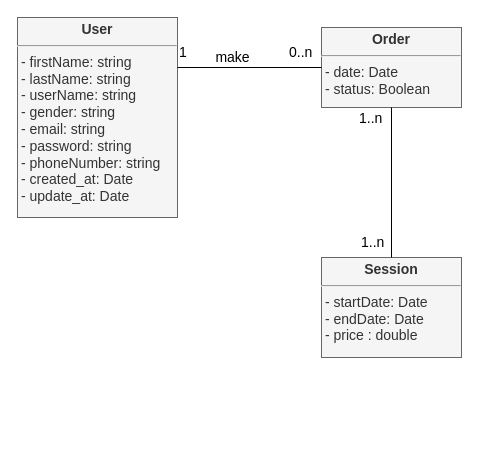
Above: fonctionnel/ms-order-class-diagram.drawio in Ketut38/P9-wild-adventures (draw.io), before the change. Source tidied: cells renumbered, new cells numbered last; positions are measured from the earlier drawing's top-left corner, leaving out a move shared by most shapes. Both pictures are drawn from the tidied source at 100%, with x=0, y=0 at pixel (17, 17).
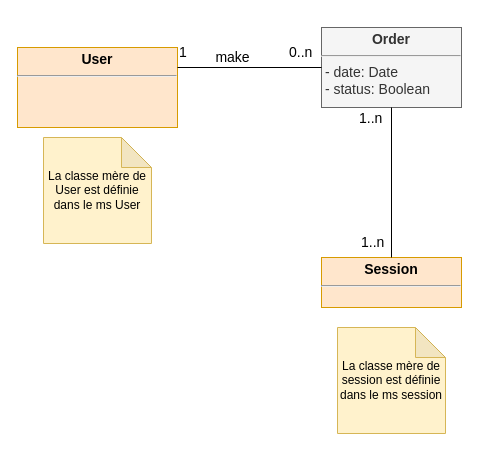
The same diagram, later.

What changed in the source:
```diff
@@
 <mxGraphModel>
   <root>
     <mxCell id="0" />
     <mxCell id="1" parent="0" />
-    <mxCell id="2" value="&lt;p style=&quot;margin: 4px 0px 0px ; text-align: center ; font-size: 14px&quot;&gt;&lt;b style=&quot;font-size: 14px&quot;&gt;&lt;font style=&quot;font-size: 14px&quot;&gt;User&lt;/font&gt;&lt;/b&gt;&lt;/p&gt;&lt;hr style=&quot;font-size: 14px&quot;&gt;&lt;p style=&quot;margin: 0px 0px 0px 4px ; font-size: 14px&quot;&gt;&lt;span style=&quot;font-size: 14px&quot;&gt;- firstName: string&lt;/span&gt;&lt;br style=&quot;font-size: 14px&quot;&gt;&lt;/p&gt;&lt;p style=&quot;margin: 0px 0px 0px 4px ; font-size: 14px&quot;&gt;&lt;font style=&quot;font-size: 14px&quot;&gt;- lastName: string&lt;br style=&quot;font-size: 14px&quot;&gt;&lt;/font&gt;&lt;/p&gt;&lt;p style=&quot;margin: 0px 0px 0px 4px ; font-size: 14px&quot;&gt;&lt;font style=&quot;font-size: 14px&quot;&gt;- userName: string&lt;/font&gt;&lt;/p&gt;&lt;p style=&quot;margin: 0px 0px 0px 4px ; font-size: 14px&quot;&gt;&lt;font style=&quot;font-size: 14px&quot;&gt;- gender: string&lt;/font&gt;&lt;/p&gt;&lt;p style=&quot;margin: 0px 0px 0px 4px ; font-size: 14px&quot;&gt;&lt;font style=&quot;font-size: 14px&quot;&gt;- email: string&lt;/font&gt;&lt;/p&gt;&lt;p style=&quot;margin: 0px 0px 0px 4px ; font-size: 14px&quot;&gt;&lt;font style=&quot;font-size: 14px&quot;&gt;- password: string&lt;/font&gt;&lt;/p&gt;&lt;p style=&quot;margin: 0px 0px 0px 4px ; font-size: 14px&quot;&gt;&lt;font style=&quot;font-size: 14px&quot;&gt;- phoneNumber: string&lt;/font&gt;&lt;/p&gt;&lt;p style=&quot;margin: 0px 0px 0px 4px ; font-size: 14px&quot;&gt;&lt;font style=&quot;font-size: 14px&quot;&gt;- created_at: Date&lt;/font&gt;&lt;/p&gt;&lt;p style=&quot;margin: 0px 0px 0px 4px ; font-size: 14px&quot;&gt;&lt;font style=&quot;font-size: 14px&quot;&gt;- update_at: Date&lt;/font&gt;&lt;/p&gt;&lt;p style=&quot;margin: 0px 0px 0px 4px ; font-size: 14px&quot;&gt;&lt;br style=&quot;font-size: 14px&quot;&gt;&lt;/p&gt;" style="verticalAlign=top;align=left;overflow=fill;fontSize=14;fontFamily=Helvetica;html=1;fillColor=#f5f5f5;strokeColor=#666666;fontColor=#333333;" parent="1" vertex="1">
-      <mxGeometry width="160" height="200" as="geometry" />
+    <mxCell id="2" value="&lt;p style=&quot;margin: 4px 0px 0px ; text-align: center ; font-size: 14px&quot;&gt;&lt;b style=&quot;font-size: 14px&quot;&gt;&lt;font style=&quot;font-size: 14px&quot;&gt;User&lt;/font&gt;&lt;/b&gt;&lt;/p&gt;&lt;hr style=&quot;font-size: 14px&quot;&gt;&lt;p style=&quot;margin: 0px 0px 0px 4px ; font-size: 14px&quot;&gt;&lt;br&gt;&lt;/p&gt;&lt;p style=&quot;margin: 0px 0px 0px 4px ; font-size: 14px&quot;&gt;&lt;br style=&quot;font-size: 14px&quot;&gt;&lt;/p&gt;" style="verticalAlign=top;align=left;overflow=fill;fontSize=14;fontFamily=Helvetica;html=1;fillColor=#ffe6cc;strokeColor=#d79b00;" parent="1" vertex="1">
+      <mxGeometry y="30" width="160" height="80" as="geometry" />
     </mxCell>
     <mxCell id="3" value="&lt;p style=&quot;margin: 4px 0px 0px; text-align: center; font-size: 14px;&quot;&gt;&lt;b style=&quot;font-size: 14px;&quot;&gt;&lt;font style=&quot;font-size: 14px;&quot;&gt;Order&lt;/font&gt;&lt;/b&gt;&lt;/p&gt;&lt;hr style=&quot;font-size: 14px;&quot;&gt;&lt;p style=&quot;margin: 0px 0px 0px 4px; font-size: 14px;&quot;&gt;&lt;/p&gt;&lt;span style=&quot;font-size: 14px;&quot;&gt;&amp;nbsp;- date: Date&lt;br style=&quot;font-size: 14px;&quot;&gt;&amp;nbsp;- status: Boolean&lt;br style=&quot;font-size: 14px;&quot;&gt;&lt;/span&gt;" style="verticalAlign=top;align=left;overflow=fill;fontSize=14;fontFamily=Helvetica;html=1;fillColor=#f5f5f5;strokeColor=#666666;fontColor=#333333;" parent="1" vertex="1">
       <mxGeometry x="304" y="10" width="140" height="80" as="geometry" />
     </mxCell>
     <mxCell id="4" style="endArrow=none;html=1;endSize=12;startArrow=none;startSize=14;startFill=0;edgeStyle=orthogonalEdgeStyle;exitX=1;exitY=0.25;exitDx=0;exitDy=0;entryX=0;entryY=0.5;entryDx=0;entryDy=0;endFill=0;fontSize=14;" parent="1" edge="1" source="2" target="3">
       <mxGeometry relative="1" as="geometry" />
     </mxCell>
     <mxCell id="5" value="make" style="text;html=1;align=center;verticalAlign=middle;fontSize=14;" parent="1" vertex="1">
       <mxGeometry x="190" y="30" width="50" height="20" as="geometry" />
     </mxCell>
     <mxCell id="6" value="0..n" style="html=1;align=left;verticalAlign=top;labelBackgroundColor=#ffffff;fontSize=14;" parent="1" vertex="1">
       <mxGeometry x="270" y="20" as="geometry" />
     </mxCell>
     <mxCell id="7" value="1" style="html=1;align=left;verticalAlign=top;labelBackgroundColor=#ffffff;fontSize=14;" parent="1" vertex="1">
       <mxGeometry x="160" y="20" as="geometry" />
     </mxCell>
-    <mxCell id="8" value="&lt;p style=&quot;margin: 4px 0px 0px ; text-align: center ; font-size: 14px&quot;&gt;&lt;b style=&quot;font-size: 14px&quot;&gt;&lt;font style=&quot;font-size: 14px&quot;&gt;Session&lt;/font&gt;&lt;/b&gt;&lt;/p&gt;&lt;hr style=&quot;font-size: 14px&quot;&gt;&lt;p style=&quot;margin: 0px 0px 0px 4px ; font-size: 14px&quot;&gt;&lt;/p&gt;&lt;span style=&quot;font-size: 14px&quot;&gt;&amp;nbsp;- startDate: Date&lt;br style=&quot;font-size: 14px&quot;&gt;&amp;nbsp;- endDate: Date&lt;br&gt;&amp;nbsp;- price : double&lt;br&gt;&lt;br style=&quot;font-size: 14px&quot;&gt;&lt;/span&gt;" style="verticalAlign=top;align=left;overflow=fill;fontSize=14;fontFamily=Helvetica;html=1;fillColor=#f5f5f5;strokeColor=#666666;fontColor=#333333;" parent="1" vertex="1">
-      <mxGeometry x="304" y="240" width="140" height="100" as="geometry" />
+    <mxCell id="8" value="&lt;p style=&quot;margin: 4px 0px 0px ; text-align: center ; font-size: 14px&quot;&gt;&lt;b style=&quot;font-size: 14px&quot;&gt;&lt;font style=&quot;font-size: 14px&quot;&gt;Session&lt;/font&gt;&lt;/b&gt;&lt;/p&gt;&lt;hr style=&quot;font-size: 14px&quot;&gt;&lt;p style=&quot;margin: 0px 0px 0px 4px ; font-size: 14px&quot;&gt;&lt;/p&gt;&lt;span style=&quot;font-size: 14px&quot;&gt;&amp;nbsp;&lt;br&gt;&lt;br style=&quot;font-size: 14px&quot;&gt;&lt;/span&gt;" style="verticalAlign=top;align=left;overflow=fill;fontSize=14;fontFamily=Helvetica;html=1;fillColor=#ffe6cc;strokeColor=#d79b00;" parent="1" vertex="1">
+      <mxGeometry x="304" y="240" width="140" height="50" as="geometry" />
     </mxCell>
     <mxCell id="9" style="endArrow=none;html=1;endSize=12;startArrow=none;startSize=14;startFill=0;edgeStyle=orthogonalEdgeStyle;exitX=0.5;exitY=0;exitDx=0;exitDy=0;entryX=0.5;entryY=1;entryDx=0;entryDy=0;endFill=0;fontSize=14;" parent="1" edge="1" source="8" target="3">
       <mxGeometry relative="1" as="geometry" />
     </mxCell>
     <mxCell id="10" value="1..n" style="html=1;align=left;verticalAlign=top;labelBackgroundColor=#ffffff;fontSize=14;" parent="1" vertex="1">
       <mxGeometry x="260" y="10" as="geometry">
         <mxPoint x="82" y="200" as="offset" />
       </mxGeometry>
     </mxCell>
     <mxCell id="11" value="1..n" style="html=1;align=left;verticalAlign=top;labelBackgroundColor=#ffffff;fontSize=14;" parent="1" vertex="1">
       <mxGeometry x="340" y="86" as="geometry" />
     </mxCell>
+    <mxCell id="12" value="La classe mère de User est définie dans le ms User" style="shape=note;whiteSpace=wrap;html=1;backgroundOutline=1;darkOpacity=0.05;fillColor=#fff2cc;strokeColor=#d6b656;" parent="1" vertex="1">
+      <mxGeometry x="26" y="120" width="108" height="106" as="geometry" />
+    </mxCell>
+    <mxCell id="13" value="La classe mère de session est définie dans le ms session" style="shape=note;whiteSpace=wrap;html=1;backgroundOutline=1;darkOpacity=0.05;fillColor=#fff2cc;strokeColor=#d6b656;" parent="1" vertex="1">
+      <mxGeometry x="320" y="310" width="108" height="106" as="geometry" />
+    </mxCell>
   </root>
 </mxGraphModel>
```
